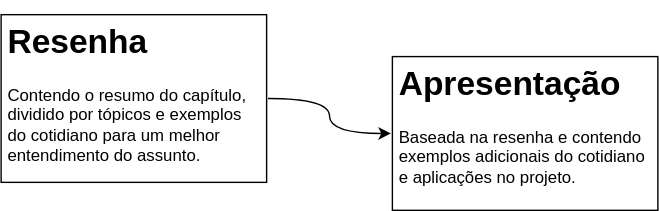
Above: Gerência de Projetos Flow.svg in mdmundo/diagrams (draw.io), before the change. Source tidied: cells renumbered, new cells last; positions are measured from the earlier drawing's top-left corner, leaving out a move shared by most shapes.
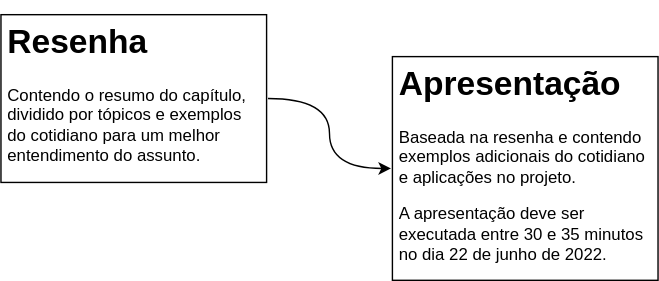
After the commit.

The edit, as a diff of the source:
```diff
@@ -8,8 +8,8 @@
     <mxCell id="3" value="&lt;h1&gt;Resenha&lt;/h1&gt;&lt;p&gt;Contendo o resumo do capítulo, dividido por tópicos e exemplos do cotidiano para um melhor entendimento do assunto.&lt;/p&gt;" style="text;html=1;spacing=5;spacingTop=-20;whiteSpace=wrap;overflow=hidden;rounded=0;strokeColor=default;perimeterSpacing=1;glass=0;" parent="1" vertex="1">
       <mxGeometry width="190" height="120" as="geometry" />
     </mxCell>
-    <mxCell id="4" value="&lt;h1&gt;Apresentação&lt;/h1&gt;&lt;p&gt;Baseada na resenha e contendo exemplos adicionais do cotidiano e aplicações no projeto.&lt;/p&gt;" style="text;html=1;spacing=5;spacingTop=-20;whiteSpace=wrap;overflow=hidden;rounded=0;strokeColor=default;perimeterSpacing=1;" parent="1" vertex="1">
-      <mxGeometry x="280" y="30" width="190" height="110" as="geometry" />
+    <mxCell id="4" value="&lt;h1&gt;Apresentação&lt;/h1&gt;&lt;p&gt;Baseada na resenha e contendo exemplos adicionais do cotidiano e aplicações no projeto.&lt;/p&gt;&lt;p&gt;A apresentação deve ser executada entre 30 e 35 minutos no dia 22 de junho de 2022.&lt;/p&gt;" style="text;html=1;spacing=5;spacingTop=-20;whiteSpace=wrap;overflow=hidden;rounded=0;strokeColor=default;perimeterSpacing=1;" parent="1" vertex="1">
+      <mxGeometry x="280" y="30" width="190" height="160" as="geometry" />
     </mxCell>
   </root>
 </mxGraphModel>
```
